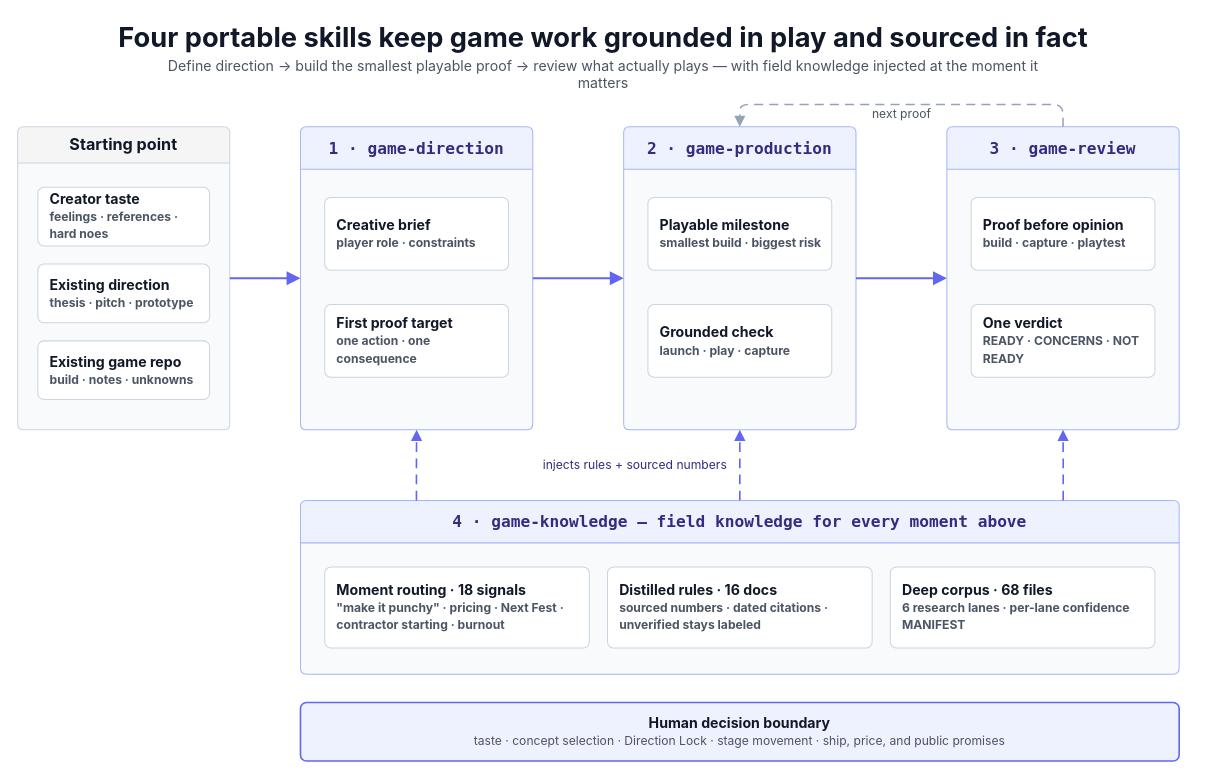
Before: docs/assets/readme-skill-map.drawio in gigio1023/game-studio, a draw.io diagram. Source tidied: cells renumbered, new cells numbered last; positions are measured from the earlier drawing's top-left corner, leaving out a move shared by most shapes. Both pictures are drawn from the tidied source at 101%, with x=0, y=0 at pixel (17, 17).
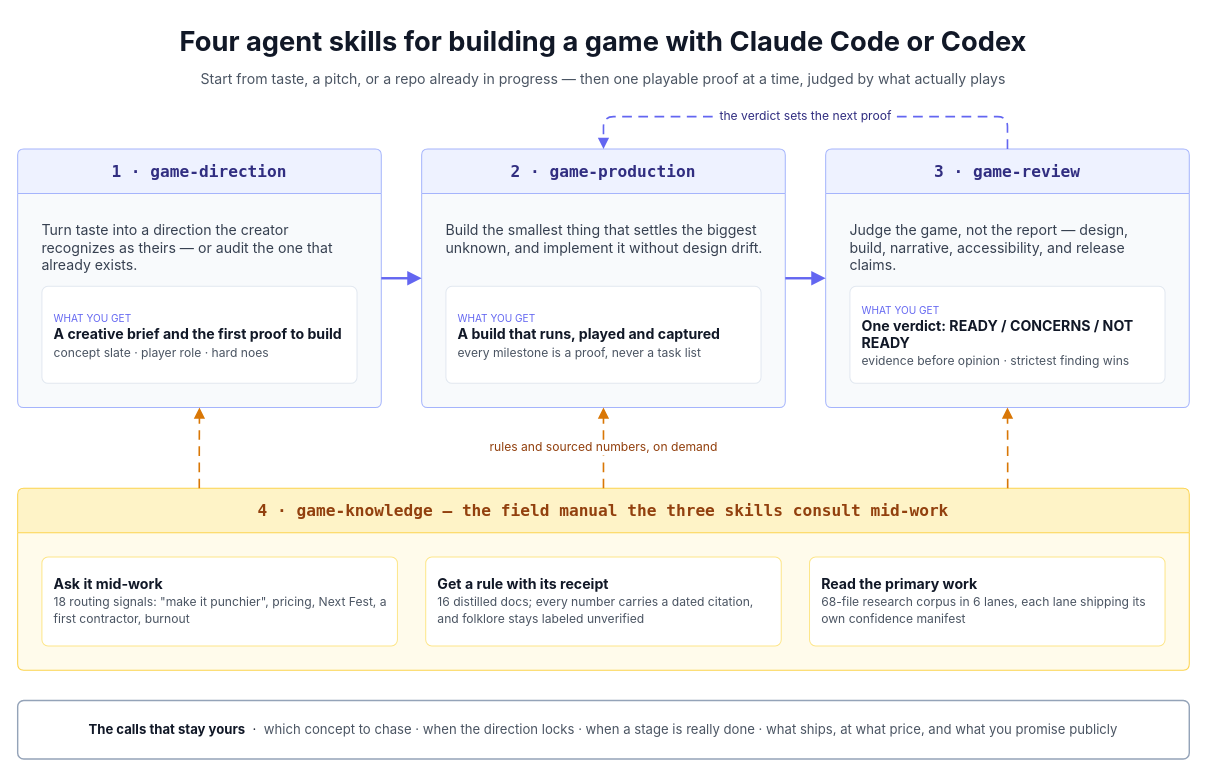
Above is the later version.

Commit message (it also covers changes not shown here):
Rewrite the README hero diagram around one clear message

What changed in the source:
```diff
@@
-    <mxCell id="2" value="Four portable skills keep game work grounded in play and sourced in fact" style="text;fontFamily=Inter,SF Pro Display,-apple-system,system-ui,Segoe UI,Roboto;strokeColor=none;fillColor=none;align=center;verticalAlign=middle;whiteSpace=wrap;fontSize=27;fontStyle=1;fontColor=#111827;spacing=0;html=1;" parent="1" vertex="1">
-      <mxGeometry x="100" width="960" height="42" as="geometry" />
+    <mxCell id="2" value="Four agent skills for building a game with Claude Code or Codex" style="text;fontFamily=Inter,SF Pro Display,-apple-system,system-ui,Segoe UI,Roboto;strokeColor=none;fillColor=none;align=center;verticalAlign=middle;whiteSpace=wrap;fontSize=27;fontStyle=1;fontColor=#111827;spacing=0;html=1;" parent="1" vertex="1">
+      <mxGeometry y="4" width="1160" height="40" as="geometry" />
     </mxCell>
-    <mxCell id="3" value="Define direction → build the smallest playable proof → review what actually plays — with field knowledge injected at the moment it matters" style="text;fontFamily=Inter,SF Pro Display,-apple-system,system-ui,Segoe UI,Roboto;strokeColor=none;fillColor=none;align=center;verticalAlign=middle;whiteSpace=wrap;fontSize=14;fontColor=#4B5563;spacing=0;html=1;" parent="1" vertex="1">
-      <mxGeometry x="140" y="44" width="880" height="24" as="geometry" />
+    <mxCell id="3" value="Start from taste, a pitch, or a repo already in progress — then one playable proof at a time, judged by what actually plays" style="text;fontFamily=Inter,SF Pro Display,-apple-system,system-ui,Segoe UI,Roboto;strokeColor=none;fillColor=none;align=center;verticalAlign=middle;whiteSpace=wrap;fontSize=14;fontColor=#4B5563;spacing=0;html=1;" parent="1" vertex="1">
+      <mxGeometry x="40" y="50" width="1080" height="22" as="geometry" />
     </mxCell>
-    <mxCell id="4" value="Starting point" style="swimlane;startSize=36;rounded=1;absoluteArcSize=1;arcSize=12;whiteSpace=wrap;fontFamily=Inter,SF Pro Display,-apple-system,system-ui,Segoe UI,Roboto;fontSize=16;fontStyle=1;fontColor=#111827;fillColor=#F5F5F5;swimlaneFillColor=#F8FAFC;strokeColor=#CBD5E1;html=1;" parent="1" vertex="1">
-      <mxGeometry y="108" width="210" height="300" as="geometry" />
-    </mxCell>
-    <mxCell id="5" value="Creator taste&lt;br&gt;&lt;font style=&quot;font-size:12px;color:#4B5563;&quot;&gt;feelings · references · hard noes&lt;/font&gt;" style="rounded=1;absoluteArcSize=1;arcSize=12;whiteSpace=wrap;fontFamily=Inter,SF Pro Display,-apple-system,system-ui,Segoe UI,Roboto;spacing=12;fillColor=#FFFFFF;strokeColor=#CBD5E1;fontColor=#111827;fontSize=14;fontStyle=1;align=left;html=1;" parent="4" vertex="1">
-      <mxGeometry x="20" y="60" width="170" height="58" as="geometry" />
-    </mxCell>
-    <mxCell id="6" value="Existing direction&lt;br&gt;&lt;font style=&quot;font-size:12px;color:#4B5563;&quot;&gt;thesis · pitch · prototype&lt;/font&gt;" style="rounded=1;absoluteArcSize=1;arcSize=12;whiteSpace=wrap;fontFamily=Inter,SF Pro Display,-apple-system,system-ui,Segoe UI,Roboto;spacing=12;fillColor=#FFFFFF;strokeColor=#CBD5E1;fontColor=#111827;fontSize=14;fontStyle=1;align=left;html=1;" parent="4" vertex="1">
-      <mxGeometry x="20" y="136" width="170" height="58" as="geometry" />
-    </mxCell>
-    <mxCell id="7" value="Existing game repo&lt;br&gt;&lt;font style=&quot;font-size:12px;color:#4B5563;&quot;&gt;build · notes · unknowns&lt;/font&gt;" style="rounded=1;absoluteArcSize=1;arcSize=12;whiteSpace=wrap;fontFamily=Inter,SF Pro Display,-apple-system,system-ui,Segoe UI,Roboto;spacing=12;fillColor=#FFFFFF;strokeColor=#CBD5E1;fontColor=#111827;fontSize=14;fontStyle=1;align=left;html=1;" parent="4" vertex="1">
-      <mxGeometry x="20" y="212" width="170" height="58" as="geometry" />
-    </mxCell>
-    <mxCell id="8" value="1 · game-direction" style="swimlane;startSize=42;rounded=1;absoluteArcSize=1;arcSize=12;whiteSpace=wrap;fontFamily=SF Mono,Menlo,Consolas,monospace;fontSize=16;fontStyle=1;fontColor=#312E81;fillColor=#EEF2FF;swimlaneFillColor=#F8FAFC;strokeColor=#A5B4FC;spacing=10;html=1;" parent="1" vertex="1">
-      <mxGeometry x="280" y="108" width="230" height="300" as="geometry" />
+    <mxCell id="8" value="1 · game-direction" style="swimlane;startSize=44;rounded=1;absoluteArcSize=1;arcSize=12;whiteSpace=wrap;fontFamily=SF Mono,Menlo,Consolas,monospace;fontSize=16;fontStyle=1;fontColor=#312E81;fillColor=#EEF2FF;swimlaneFillColor=#F8FAFC;strokeColor=#A5B4FC;spacing=10;html=1;" parent="1" vertex="1">
+      <mxGeometry y="130" width="360" height="256" as="geometry" />
     </mxCell>
-    <mxCell id="9" value="Creative brief&lt;br&gt;&lt;font style=&quot;font-size:12px;color:#4B5563;&quot;&gt;player role · constraints&lt;/font&gt;" style="rounded=1;absoluteArcSize=1;arcSize=12;whiteSpace=wrap;fontFamily=Inter,SF Pro Display,-apple-system,system-ui,Segoe UI,Roboto;spacing=12;fillColor=#FFFFFF;strokeColor=#CBD5E1;fontColor=#111827;fontSize=14;fontStyle=1;align=left;html=1;" parent="8" vertex="1">
-      <mxGeometry x="24" y="70" width="182" height="72" as="geometry" />
-    </mxCell>
-    <mxCell id="10" value="First proof target&lt;br&gt;&lt;font style=&quot;font-size:12px;color:#4B5563;&quot;&gt;one action · one consequence&lt;/font&gt;" style="rounded=1;absoluteArcSize=1;arcSize=12;whiteSpace=wrap;fontFamily=Inter,SF Pro Display,-apple-system,system-ui,Segoe UI,Roboto;spacing=12;fillColor=#FFFFFF;strokeColor=#CBD5E1;fontColor=#111827;fontSize=14;fontStyle=1;align=left;html=1;" parent="8" vertex="1">
-      <mxGeometry x="24" y="176" width="182" height="72" as="geometry" />
-    </mxCell>
+    <mxCell id="29" value="Turn taste into a direction the creator recognizes as theirs — or audit the one that already exists." style="text;whiteSpace=wrap;fontFamily=Inter,SF Pro Display,-apple-system,system-ui,Segoe UI,Roboto;fontSize=14;fontColor=#374151;strokeColor=none;fillColor=none;align=left;verticalAlign=top;spacing=0;html=1;" parent="8" vertex="1">
+      <mxGeometry x="24" y="68" width="312" height="56" as="geometry" />
+    </mxCell>
+    <mxCell id="30" value="&lt;font style=&quot;font-size:10px;color:#6366F1;&quot;&gt;WHAT YOU GET&lt;/font&gt;&lt;br&gt;&lt;b&gt;A creative brief and the first proof to build&lt;/b&gt;&lt;br&gt;&lt;font style=&quot;font-size:12px;color:#4B5563;&quot;&gt;concept slate · player role · hard noes&lt;/font&gt;" style="rounded=1;absoluteArcSize=1;arcSize=12;whiteSpace=wrap;fontFamily=Inter,SF Pro Display,-apple-system,system-ui,Segoe UI,Roboto;spacing=12;fillColor=#FFFFFF;strokeColor=#E2E8F0;fontColor=#111827;fontSize=14;align=left;verticalAlign=middle;html=1;" parent="8" vertex="1">
+      <mxGeometry x="24" y="136" width="312" height="96" as="geometry" />
+    </mxCell>
-    <mxCell id="11" value="2 · game-production" style="swimlane;startSize=42;rounded=1;absoluteArcSize=1;arcSize=12;whiteSpace=wrap;fontFamily=SF Mono,Menlo,Consolas,monospace;fontSize=16;fontStyle=1;fontColor=#312E81;fillColor=#EEF2FF;swimlaneFillColor=#F8FAFC;strokeColor=#A5B4FC;spacing=10;html=1;" parent="1" vertex="1">
-      <mxGeometry x="600" y="108" width="230" height="300" as="geometry" />
+    <mxCell id="11" value="2 · game-production" style="swimlane;startSize=44;rounded=1;absoluteArcSize=1;arcSize=12;whiteSpace=wrap;fontFamily=SF Mono,Menlo,Consolas,monospace;fontSize=16;fontStyle=1;fontColor=#312E81;fillColor=#EEF2FF;swimlaneFillColor=#F8FAFC;strokeColor=#A5B4FC;spacing=10;html=1;" parent="1" vertex="1">
+      <mxGeometry x="400" y="130" width="360" height="256" as="geometry" />
     </mxCell>
-    <mxCell id="12" value="Playable milestone&lt;br&gt;&lt;font style=&quot;font-size:12px;color:#4B5563;&quot;&gt;smallest build · biggest risk&lt;/font&gt;" style="rounded=1;absoluteArcSize=1;arcSize=12;whiteSpace=wrap;fontFamily=Inter,SF Pro Display,-apple-system,system-ui,Segoe UI,Roboto;spacing=12;fillColor=#FFFFFF;strokeColor=#CBD5E1;fontColor=#111827;fontSize=14;fontStyle=1;align=left;html=1;" parent="11" vertex="1">
-      <mxGeometry x="24" y="70" width="182" height="72" as="geometry" />
-    </mxCell>
-    <mxCell id="13" value="Grounded check&lt;br&gt;&lt;font style=&quot;font-size:12px;color:#4B5563;&quot;&gt;launch · play · capture&lt;/font&gt;" style="rounded=1;absoluteArcSize=1;arcSize=12;whiteSpace=wrap;fontFamily=Inter,SF Pro Display,-apple-system,system-ui,Segoe UI,Roboto;spacing=12;fillColor=#FFFFFF;strokeColor=#CBD5E1;fontColor=#111827;fontSize=14;fontStyle=1;align=left;html=1;" parent="11" vertex="1">
-      <mxGeometry x="24" y="176" width="182" height="72" as="geometry" />
-    </mxCell>
+    <mxCell id="31" value="Build the smallest thing that settles the biggest unknown, and implement it without design drift." style="text;whiteSpace=wrap;fontFamily=Inter,SF Pro Display,-apple-system,system-ui,Segoe UI,Roboto;fontSize=14;fontColor=#374151;strokeColor=none;fillColor=none;align=left;verticalAlign=top;spacing=0;html=1;" parent="11" vertex="1">
+      <mxGeometry x="24" y="68" width="312" height="56" as="geometry" />
+    </mxCell>
+    <mxCell id="32" value="&lt;font style=&quot;font-size:10px;color:#6366F1;&quot;&gt;WHAT YOU GET&lt;/font&gt;&lt;br&gt;&lt;b&gt;A build that runs, played and captured&lt;/b&gt;&lt;br&gt;&lt;font style=&quot;font-size:12px;color:#4B5563;&quot;&gt;every milestone is a proof, never a task list&lt;/font&gt;" style="rounded=1;absoluteArcSize=1;arcSize=12;whiteSpace=wrap;fontFamily=Inter,SF Pro Display,-apple-system,system-ui,Segoe UI,Roboto;spacing=12;fillColor=#FFFFFF;strokeColor=#E2E8F0;fontColor=#111827;fontSize=14;align=left;verticalAlign=middle;html=1;" parent="11" vertex="1">
+      <mxGeometry x="24" y="136" width="312" height="96" as="geometry" />
+    </mxCell>
-    <mxCell id="14" value="3 · game-review" style="swimlane;startSize=42;rounded=1;absoluteArcSize=1;arcSize=12;whiteSpace=wrap;fontFamily=SF Mono,Menlo,Consolas,monospace;fontSize=16;fontStyle=1;fontColor=#312E81;fillColor=#EEF2FF;swimlaneFillColor=#F8FAFC;strokeColor=#A5B4FC;spacing=10;html=1;" parent="1" vertex="1">
-      <mxGeometry x="920" y="108" width="230" height="300" as="geometry" />
+    <mxCell id="14" value="3 · game-review" style="swimlane;startSize=44;rounded=1;absoluteArcSize=1;arcSize=12;whiteSpace=wrap;fontFamily=SF Mono,Menlo,Consolas,monospace;fontSize=16;fontStyle=1;fontColor=#312E81;fillColor=#EEF2FF;swimlaneFillColor=#F8FAFC;strokeColor=#A5B4FC;spacing=10;html=1;" parent="1" vertex="1">
+      <mxGeometry x="800" y="130" width="360" height="256" as="geometry" />
     </mxCell>
-    <mxCell id="15" value="Proof before opinion&lt;br&gt;&lt;font style=&quot;font-size:12px;color:#4B5563;&quot;&gt;build · capture · playtest&lt;/font&gt;" style="rounded=1;absoluteArcSize=1;arcSize=12;whiteSpace=wrap;fontFamily=Inter,SF Pro Display,-apple-system,system-ui,Segoe UI,Roboto;spacing=12;fillColor=#FFFFFF;strokeColor=#CBD5E1;fontColor=#111827;fontSize=14;fontStyle=1;align=left;html=1;" parent="14" vertex="1">
-      <mxGeometry x="24" y="70" width="182" height="72" as="geometry" />
-    </mxCell>
-    <mxCell id="16" value="One verdict&lt;br&gt;&lt;font style=&quot;font-size:12px;color:#4B5563;&quot;&gt;READY · CONCERNS · NOT READY&lt;/font&gt;" style="rounded=1;absoluteArcSize=1;arcSize=12;whiteSpace=wrap;fontFamily=Inter,SF Pro Display,-apple-system,system-ui,Segoe UI,Roboto;spacing=12;fillColor=#FFFFFF;strokeColor=#CBD5E1;fontColor=#111827;fontSize=14;fontStyle=1;align=left;html=1;" parent="14" vertex="1">
-      <mxGeometry x="24" y="176" width="182" height="72" as="geometry" />
-    </mxCell>
+    <mxCell id="33" value="Judge the game, not the report — design, build, narrative, accessibility, and release claims." style="text;whiteSpace=wrap;fontFamily=Inter,SF Pro Display,-apple-system,system-ui,Segoe UI,Roboto;fontSize=14;fontColor=#374151;strokeColor=none;fillColor=none;align=left;verticalAlign=top;spacing=0;html=1;" parent="14" vertex="1">
+      <mxGeometry x="24" y="68" width="312" height="56" as="geometry" />
+    </mxCell>
+    <mxCell id="34" value="&lt;font style=&quot;font-size:10px;color:#6366F1;&quot;&gt;WHAT YOU GET&lt;/font&gt;&lt;br&gt;&lt;b&gt;One verdict: READY / CONCERNS / NOT READY&lt;/b&gt;&lt;br&gt;&lt;font style=&quot;font-size:12px;color:#4B5563;&quot;&gt;evidence before opinion · strictest finding wins&lt;/font&gt;" style="rounded=1;absoluteArcSize=1;arcSize=12;whiteSpace=wrap;fontFamily=Inter,SF Pro Display,-apple-system,system-ui,Segoe UI,Roboto;spacing=12;fillColor=#FFFFFF;strokeColor=#E2E8F0;fontColor=#111827;fontSize=14;align=left;verticalAlign=middle;html=1;" parent="14" vertex="1">
+      <mxGeometry x="24" y="136" width="312" height="96" as="geometry" />
+    </mxCell>
-    <mxCell id="17" value="4 · game-knowledge — field knowledge for every moment above" style="swimlane;startSize=42;rounded=1;absoluteArcSize=1;arcSize=12;whiteSpace=wrap;fontFamily=SF Mono,Menlo,Consolas,monospace;fontSize=16;fontStyle=1;fontColor=#312E81;fillColor=#EEF2FF;swimlaneFillColor=#F8FAFC;strokeColor=#A5B4FC;spacing=10;html=1;" parent="1" vertex="1">
-      <mxGeometry x="280" y="478" width="870" height="172" as="geometry" />
+    <mxCell id="17" value="4 · game-knowledge — the field manual the three skills consult mid-work" style="swimlane;startSize=44;rounded=1;absoluteArcSize=1;arcSize=12;whiteSpace=wrap;fontFamily=SF Mono,Menlo,Consolas,monospace;fontSize=16;fontStyle=1;fontColor=#92400E;fillColor=#FEF3C7;swimlaneFillColor=#FFFBEB;strokeColor=#FCD34D;spacing=10;html=1;" parent="1" vertex="1">
+      <mxGeometry y="466" width="1160" height="180" as="geometry" />
     </mxCell>
-    <mxCell id="18" value="Moment routing · 18 signals&lt;br&gt;&lt;font style=&quot;font-size:12px;color:#4B5563;&quot;&gt;&quot;make it punchy&quot; · pricing · Next Fest · contractor starting · burnout&lt;/font&gt;" style="rounded=1;absoluteArcSize=1;arcSize=12;whiteSpace=wrap;fontFamily=Inter,SF Pro Display,-apple-system,system-ui,Segoe UI,Roboto;spacing=12;fillColor=#FFFFFF;strokeColor=#CBD5E1;fontColor=#111827;fontSize=14;fontStyle=1;align=left;html=1;" parent="17" vertex="1">
-      <mxGeometry x="24" y="66" width="262" height="80" as="geometry" />
-    </mxCell>
-    <mxCell id="19" value="Distilled rules · 16 docs&lt;br&gt;&lt;font style=&quot;font-size:12px;color:#4B5563;&quot;&gt;sourced numbers · dated citations · unverified stays labeled&lt;/font&gt;" style="rounded=1;absoluteArcSize=1;arcSize=12;whiteSpace=wrap;fontFamily=Inter,SF Pro Display,-apple-system,system-ui,Segoe UI,Roboto;spacing=12;fillColor=#FFFFFF;strokeColor=#CBD5E1;fontColor=#111827;fontSize=14;fontStyle=1;align=left;html=1;" parent="17" vertex="1">
-      <mxGeometry x="304" y="66" width="262" height="80" as="geometry" />
-    </mxCell>
-    <mxCell id="20" value="Deep corpus · 68 files&lt;br&gt;&lt;font style=&quot;font-size:12px;color:#4B5563;&quot;&gt;6 research lanes · per-lane confidence MANIFEST&lt;/font&gt;" style="rounded=1;absoluteArcSize=1;arcSize=12;whiteSpace=wrap;fontFamily=Inter,SF Pro Display,-apple-system,system-ui,Segoe UI,Roboto;spacing=12;fillColor=#FFFFFF;strokeColor=#CBD5E1;fontColor=#111827;fontSize=14;fontStyle=1;align=left;html=1;" parent="17" vertex="1">
-      <mxGeometry x="584" y="66" width="262" height="80" as="geometry" />
-    </mxCell>
+    <mxCell id="35" value="&lt;b&gt;Ask it mid-work&lt;/b&gt;&lt;br&gt;&lt;font style=&quot;font-size:12px;color:#4B5563;&quot;&gt;18 routing signals: &quot;make it punchier&quot;, pricing, Next Fest, a first contractor, burnout&lt;/font&gt;" style="rounded=1;absoluteArcSize=1;arcSize=12;whiteSpace=wrap;fontFamily=Inter,SF Pro Display,-apple-system,system-ui,Segoe UI,Roboto;spacing=12;fillColor=#FFFFFF;strokeColor=#FDE68A;fontColor=#111827;fontSize=14;align=left;verticalAlign=middle;html=1;" parent="17" vertex="1">
+      <mxGeometry x="24" y="68" width="352" height="88" as="geometry" />
+    </mxCell>
+    <mxCell id="36" value="&lt;b&gt;Get a rule with its receipt&lt;/b&gt;&lt;br&gt;&lt;font style=&quot;font-size:12px;color:#4B5563;&quot;&gt;16 distilled docs; every number carries a dated citation, and folklore stays labeled unverified&lt;/font&gt;" style="rounded=1;absoluteArcSize=1;arcSize=12;whiteSpace=wrap;fontFamily=Inter,SF Pro Display,-apple-system,system-ui,Segoe UI,Roboto;spacing=12;fillColor=#FFFFFF;strokeColor=#FDE68A;fontColor=#111827;fontSize=14;align=left;verticalAlign=middle;html=1;" parent="17" vertex="1">
+      <mxGeometry x="404" y="68" width="352" height="88" as="geometry" />
+    </mxCell>
+    <mxCell id="37" value="&lt;b&gt;Read the primary work&lt;/b&gt;&lt;br&gt;&lt;font style=&quot;font-size:12px;color:#4B5563;&quot;&gt;68-file research corpus in 6 lanes, each lane shipping its own confidence manifest&lt;/font&gt;" style="rounded=1;absoluteArcSize=1;arcSize=12;whiteSpace=wrap;fontFamily=Inter,SF Pro Display,-apple-system,system-ui,Segoe UI,Roboto;spacing=12;fillColor=#FFFFFF;strokeColor=#FDE68A;fontColor=#111827;fontSize=14;align=left;verticalAlign=middle;html=1;" parent="17" vertex="1">
+      <mxGeometry x="784" y="68" width="352" height="88" as="geometry" />
+    </mxCell>
-    <mxCell id="21" value="&lt;b&gt;Human decision boundary&lt;/b&gt;&lt;br&gt;&lt;font style=&quot;font-size:12px;color:#4B5563;&quot;&gt;taste · concept selection · Direction Lock · stage movement · ship, price, and public promises&lt;/font&gt;" style="rounded=1;absoluteArcSize=1;arcSize=12;whiteSpace=wrap;fontFamily=Inter,SF Pro Display,-apple-system,system-ui,Segoe UI,Roboto;spacing=12;fillColor=#EEF2FF;strokeColor=#6366F1;strokeWidth=1.6;fontColor=#111827;fontSize=14;align=center;html=1;" parent="1" vertex="1">
-      <mxGeometry x="280" y="678" width="870" height="58" as="geometry" />
+    <mxCell id="21" value="&lt;b&gt;The calls that stay yours&lt;/b&gt;  ·  &lt;font style=&quot;color:#4B5563;&quot;&gt;which concept to chase · when the direction locks · when a stage is really done · what ships, at what price, and what you promise publicly&lt;/font&gt;" style="rounded=1;absoluteArcSize=1;arcSize=12;whiteSpace=wrap;fontFamily=Inter,SF Pro Display,-apple-system,system-ui,Segoe UI,Roboto;spacing=12;fillColor=#FFFFFF;strokeColor=#94A3B8;strokeWidth=1.4;fontColor=#111827;fontSize=13;align=center;verticalAlign=middle;html=1;" parent="1" vertex="1">
+      <mxGeometry y="676" width="1160" height="58" as="geometry" />
     </mxCell>
-    <mxCell id="22" style="edgeStyle=orthogonalEdgeStyle;rounded=1;jettySize=auto;exitX=1;exitY=0.5;exitDx=0;exitDy=0;entryX=0;entryY=0.5;entryDx=0;entryDy=0;strokeColor=#6366F1;strokeWidth=2.2;endArrow=block;endFill=1;endSize=8;html=1;" parent="1" edge="1" source="4" target="8">
-      <mxGeometry relative="1" as="geometry" />
-    </mxCell>
-    <mxCell id="23" style="edgeStyle=orthogonalEdgeStyle;rounded=1;jettySize=auto;exitX=1;exitY=0.5;exitDx=0;exitDy=0;entryX=0;entryY=0.5;entryDx=0;entryDy=0;strokeColor=#6366F1;strokeWidth=2.2;endArrow=block;endFill=1;endSize=8;html=1;" parent="1" edge="1" source="8" target="11">
+    <mxCell id="23" style="edgeStyle=orthogonalEdgeStyle;rounded=1;jettySize=auto;exitX=1;exitY=0.5;exitDx=0;exitDy=0;entryX=0;entryY=0.5;entryDx=0;entryDy=0;strokeColor=#6366F1;strokeWidth=2.4;endArrow=block;endFill=1;endSize=8;html=1;" parent="1" edge="1" source="8" target="11">
       <mxGeometry relative="1" as="geometry" />
     </mxCell>
-    <mxCell id="24" style="edgeStyle=orthogonalEdgeStyle;rounded=1;jettySize=auto;exitX=1;exitY=0.5;exitDx=0;exitDy=0;entryX=0;entryY=0.5;entryDx=0;entryDy=0;strokeColor=#6366F1;strokeWidth=2.2;endArrow=block;endFill=1;endSize=8;html=1;" parent="1" edge="1" source="11" target="14">
+    <mxCell id="24" style="edgeStyle=orthogonalEdgeStyle;rounded=1;jettySize=auto;exitX=1;exitY=0.5;exitDx=0;exitDy=0;entryX=0;entryY=0.5;entryDx=0;entryDy=0;strokeColor=#6366F1;strokeWidth=2.4;endArrow=block;endFill=1;endSize=8;html=1;" parent="1" edge="1" source="11" target="14">
       <mxGeometry relative="1" as="geometry" />
     </mxCell>
-    <mxCell id="25" value="next proof" style="edgeStyle=orthogonalEdgeStyle;rounded=1;jettySize=auto;exitX=0.5;exitY=0;exitDx=0;exitDy=0;entryX=0.5;entryY=0;entryDx=0;entryDy=0;strokeColor=#94A3B8;strokeWidth=1.5;dashed=1;dashPattern=6 4;endArrow=block;endFill=1;endSize=7;fontFamily=Inter,SF Pro Display,-apple-system,system-ui,Segoe UI,Roboto;fontSize=12;fontColor=#4B5563;labelBackgroundColor=#FFFFFF;html=1;" parent="1" edge="1" source="14" target="11">
-      <mxGeometry y="10" relative="1" as="geometry">
+    <mxCell id="25" value="the verdict sets the next proof" style="edgeStyle=orthogonalEdgeStyle;rounded=1;jettySize=auto;exitX=0.5;exitY=0;exitDx=0;exitDy=0;entryX=0.5;entryY=0;entryDx=0;entryDy=0;strokeColor=#6366F1;strokeWidth=1.6;dashed=1;dashPattern=6 4;endArrow=block;endFill=1;endSize=7;fontFamily=Inter,SF Pro Display,-apple-system,system-ui,Segoe UI,Roboto;fontSize=12;fontColor=#312E81;labelBackgroundColor=#FFFFFF;html=1;" parent="1" edge="1" source="14" target="11">
+      <mxGeometry relative="1" as="geometry">
         <Array as="points">
-          <mxPoint x="1035" y="86" />
-          <mxPoint x="715" y="86" />
+          <mxPoint x="980" y="98" />
+          <mxPoint x="580" y="98" />
         </Array>
       </mxGeometry>
     </mxCell>
-    <mxCell id="26" style="edgeStyle=orthogonalEdgeStyle;rounded=1;jettySize=auto;exitX=0.132;exitY=0;exitDx=0;exitDy=0;entryX=0.5;entryY=1;entryDx=0;entryDy=0;strokeColor=#6366F1;strokeWidth=1.6;dashed=1;dashPattern=6 4;endArrow=block;endFill=1;endSize=7;html=1;" parent="1" edge="1" source="17" target="8">
+    <mxCell id="26" style="edgeStyle=orthogonalEdgeStyle;rounded=1;jettySize=auto;exitX=0.155;exitY=0;exitDx=0;exitDy=0;entryX=0.5;entryY=1;entryDx=0;entryDy=0;strokeColor=#D97706;strokeWidth=1.6;dashed=1;dashPattern=6 4;endArrow=block;endFill=1;endSize=7;html=1;" parent="1" edge="1" source="17" target="8">
       <mxGeometry relative="1" as="geometry" />
     </mxCell>
-    <mxCell id="27" value="injects rules + sourced numbers" style="edgeStyle=orthogonalEdgeStyle;rounded=1;jettySize=auto;exitX=0.5;exitY=0;exitDx=0;exitDy=0;entryX=0.5;entryY=1;entryDx=0;entryDy=0;strokeColor=#6366F1;strokeWidth=1.6;dashed=1;dashPattern=6 4;endArrow=block;endFill=1;endSize=7;fontFamily=Inter,SF Pro Display,-apple-system,system-ui,Segoe UI,Roboto;fontSize=12;fontColor=#312E81;labelBackgroundColor=#FFFFFF;html=1;" parent="1" edge="1" source="17" target="11">
-      <mxGeometry relative="1" as="geometry">
-        <mxPoint x="-104" as="offset" />
-      </mxGeometry>
+    <mxCell id="27" value="rules and sourced numbers, on demand" style="edgeStyle=orthogonalEdgeStyle;rounded=1;jettySize=auto;exitX=0.5;exitY=0;exitDx=0;exitDy=0;entryX=0.5;entryY=1;entryDx=0;entryDy=0;strokeColor=#D97706;strokeWidth=1.6;dashed=1;dashPattern=6 4;endArrow=block;endFill=1;endSize=7;fontFamily=Inter,SF Pro Display,-apple-system,system-ui,Segoe UI,Roboto;fontSize=12;fontColor=#92400E;labelBackgroundColor=#FFFFFF;html=1;" parent="1" edge="1" source="17" target="11">
+      <mxGeometry relative="1" as="geometry" />
     </mxCell>
-    <mxCell id="28" style="edgeStyle=orthogonalEdgeStyle;rounded=1;jettySize=auto;exitX=0.868;exitY=0;exitDx=0;exitDy=0;entryX=0.5;entryY=1;entryDx=0;entryDy=0;strokeColor=#6366F1;strokeWidth=1.6;dashed=1;dashPattern=6 4;endArrow=block;endFill=1;endSize=7;html=1;" parent="1" edge="1" source="17" target="14">
+    <mxCell id="28" style="edgeStyle=orthogonalEdgeStyle;rounded=1;jettySize=auto;exitX=0.845;exitY=0;exitDx=0;exitDy=0;entryX=0.5;entryY=1;entryDx=0;entryDy=0;strokeColor=#D97706;strokeWidth=1.6;dashed=1;dashPattern=6 4;endArrow=block;endFill=1;endSize=7;html=1;" parent="1" edge="1" source="17" target="14">
       <mxGeometry relative="1" as="geometry" />
     </mxCell>
```
